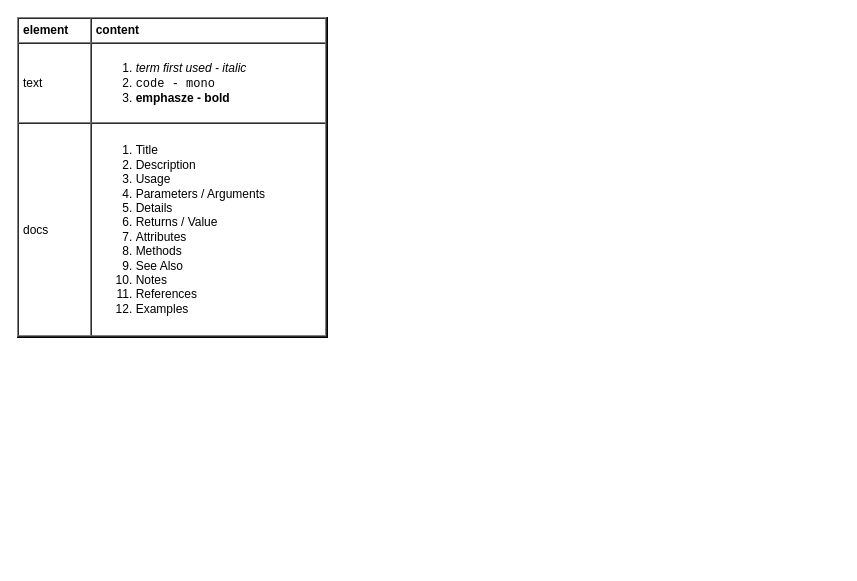
This is page "styling" (2 of 9) of ux/ux.drawio from yangdj/tf_docs, a draw.io file, before an edit. Source tidied: cells renumbered, new cells numbered last; positions are measured from the earlier drawing's top-left corner, leaving out a move shared by most shapes. Both pictures are drawn from the tidied source at 100%, with x=0, y=0 at pixel (17, 17).
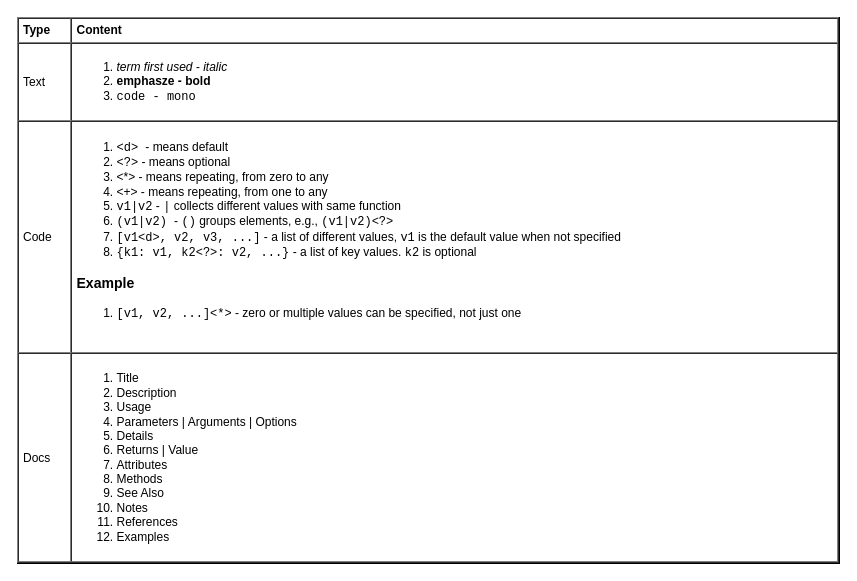
The same diagram, later.

Diff of the diagram source:
```diff
@@
 <mxGraphModel>
   <root>
     <mxCell id="0" />
     <mxCell id="1" parent="0" />
-    <mxCell id="2" value="&lt;table cellpadding=&quot;4&quot; cellspacing=&quot;0&quot; border=&quot;1&quot; style=&quot;font-size: 1em ; width: 100% ; height: 100%&quot;&gt;&lt;tbody&gt;&lt;tr&gt;&lt;th&gt;element&lt;/th&gt;&lt;th&gt;content&lt;/th&gt;&lt;/tr&gt;&lt;tr&gt;&lt;td&gt;text&lt;/td&gt;&lt;td&gt;&lt;ol&gt;&lt;li&gt;&lt;i&gt;term first used - italic&lt;/i&gt;&lt;/li&gt;&lt;li&gt;&lt;font face=&quot;Courier New&quot;&gt;code - mono&lt;/font&gt;&lt;/li&gt;&lt;li&gt;&lt;b&gt;emphasze - bold&lt;/b&gt;&lt;/li&gt;&lt;/ol&gt;&lt;/td&gt;&lt;/tr&gt;&lt;tr&gt;&lt;td&gt;docs&lt;/td&gt;&lt;td&gt;&lt;ol&gt;&lt;li&gt;Title&lt;/li&gt;&lt;li&gt;Description&lt;/li&gt;&lt;li&gt;Usage&lt;/li&gt;&lt;li&gt;Parameters / Arguments&lt;/li&gt;&lt;li&gt;Details&lt;/li&gt;&lt;li&gt;Returns / Value&lt;/li&gt;&lt;li&gt;Attributes&lt;/li&gt;&lt;li&gt;Methods&lt;/li&gt;&lt;li&gt;See Also&lt;/li&gt;&lt;li&gt;Notes&lt;/li&gt;&lt;li&gt;References&lt;/li&gt;&lt;li&gt;Examples&lt;/li&gt;&lt;/ol&gt;&lt;/td&gt;&lt;/tr&gt;&lt;/tbody&gt;&lt;/table&gt; " style="verticalAlign=top;align=left;overflow=fill;fontSize=12;fontFamily=Helvetica;html=1;fillColor=#ffffff;" parent="1" vertex="1">
-      <mxGeometry width="310" height="320" as="geometry" />
+    <mxCell id="2" value="&lt;table cellpadding=&quot;4&quot; cellspacing=&quot;0&quot; border=&quot;1&quot; style=&quot;font-size: 12px ; width: 100% ; height: 100%&quot;&gt;&lt;tbody style=&quot;font-size: 12px&quot;&gt;&lt;tr style=&quot;font-size: 12px&quot;&gt;&lt;th style=&quot;font-size: 12px&quot;&gt;Type&lt;/th&gt;&lt;th style=&quot;font-size: 12px&quot;&gt;Content&lt;/th&gt;&lt;/tr&gt;&lt;tr style=&quot;font-size: 12px&quot;&gt;&lt;td style=&quot;font-size: 12px&quot;&gt;Text&lt;/td&gt;&lt;td style=&quot;font-size: 12px&quot;&gt;&lt;ol style=&quot;font-size: 12px&quot;&gt;&lt;li style=&quot;font-size: 12px&quot;&gt;&lt;i style=&quot;font-size: 12px&quot;&gt;term first used - italic&lt;/i&gt;&lt;/li&gt;&lt;li style=&quot;font-size: 12px&quot;&gt;&lt;b style=&quot;font-size: 12px&quot;&gt;emphasze - bold&lt;/b&gt;&lt;/li&gt;&lt;li&gt;&lt;font face=&quot;Courier New&quot;&gt;code - mono&lt;/font&gt;&lt;/li&gt;&lt;/ol&gt;&lt;/td&gt;&lt;/tr&gt;&lt;tr style=&quot;font-size: 12px&quot;&gt;&lt;td style=&quot;font-size: 12px&quot;&gt;Code&lt;/td&gt;&lt;td style=&quot;font-size: 12px&quot;&gt;&lt;ol style=&quot;font-size: 12px&quot;&gt;&lt;li style=&quot;font-size: 12px&quot;&gt;&lt;font face=&quot;Courier New&quot;&gt;&amp;lt;d&amp;gt; &lt;/font&gt;&lt;span&gt;- means default&lt;/span&gt;&lt;br&gt;&lt;/li&gt;&lt;li&gt;&lt;font face=&quot;Courier New&quot;&gt;&amp;lt;?&amp;gt;&lt;/font&gt;&amp;nbsp;- means optional&lt;/li&gt;&lt;li style=&quot;font-size: 12px&quot;&gt;&lt;font style=&quot;font-size: 12px&quot;&gt;&amp;lt;*&amp;gt; - means repeating, from zero to any&lt;/font&gt;&lt;/li&gt;&lt;li style=&quot;font-size: 12px&quot;&gt;&lt;font style=&quot;font-size: 12px&quot;&gt;&amp;lt;+&amp;gt; - means repeating, from one to any&lt;/font&gt;&lt;/li&gt;&lt;li&gt;&lt;font face=&quot;Courier New&quot;&gt;v1|v2&lt;/font&gt;&lt;span&gt; - &lt;/span&gt;&lt;font face=&quot;Courier New&quot;&gt;|&lt;/font&gt;&lt;span&gt; collects different values with same function&lt;/span&gt;&lt;br&gt;&lt;/li&gt;&lt;li&gt;&lt;font face=&quot;Courier New&quot;&gt;(v1|v2)&amp;nbsp;&lt;/font&gt;-&amp;nbsp;&lt;font face=&quot;Courier New&quot;&gt;()&lt;/font&gt;&amp;nbsp;groups elements, e.g.,&amp;nbsp;&lt;font face=&quot;Courier New&quot;&gt;(v1|v2)&amp;lt;?&amp;gt;&lt;/font&gt;&lt;/li&gt;&lt;li style=&quot;font-size: 12px&quot;&gt;&lt;font face=&quot;Courier New&quot; style=&quot;font-size: 12px&quot;&gt;[v1&amp;lt;d&amp;gt;, v2, v3, ...]&lt;/font&gt; - a list of different values, &lt;font face=&quot;Courier New&quot; style=&quot;font-size: 12px&quot;&gt;v1&lt;/font&gt;&amp;nbsp;is the default value when not specified&lt;/li&gt;&lt;li style=&quot;font-size: 12px&quot;&gt;&lt;font face=&quot;Courier New&quot;&gt;{k1: v1, k2&amp;lt;?&amp;gt;: v2, ...}&lt;/font&gt; - a list of key values. &lt;font face=&quot;Courier New&quot;&gt;k2&lt;/font&gt;&amp;nbsp;is optional&lt;br&gt;&lt;/li&gt;&lt;/ol&gt;&lt;h3&gt;Example&lt;/h3&gt;&lt;div&gt;&lt;ol&gt;&lt;li&gt;&lt;font face=&quot;Courier New&quot;&gt;[v1, v2, ...]&amp;lt;*&amp;gt;&lt;/font&gt;&amp;nbsp;- zero or multiple values can be specified, not just one&lt;/li&gt;&lt;/ol&gt;&lt;/div&gt;&lt;div&gt;&lt;br&gt;&lt;/div&gt;&lt;/td&gt;&lt;/tr&gt;&lt;tr style=&quot;font-size: 12px&quot;&gt;&lt;td style=&quot;font-size: 12px&quot;&gt;Docs&lt;/td&gt;&lt;td style=&quot;font-size: 12px&quot;&gt;&lt;ol style=&quot;font-size: 12px&quot;&gt;&lt;li style=&quot;font-size: 12px&quot;&gt;Title&lt;/li&gt;&lt;li style=&quot;font-size: 12px&quot;&gt;Description&lt;/li&gt;&lt;li style=&quot;font-size: 12px&quot;&gt;Usage&lt;/li&gt;&lt;li style=&quot;font-size: 12px&quot;&gt;Parameters | Arguments | Options&lt;/li&gt;&lt;li style=&quot;font-size: 12px&quot;&gt;Details&lt;/li&gt;&lt;li style=&quot;font-size: 12px&quot;&gt;Returns | Value&lt;/li&gt;&lt;li style=&quot;font-size: 12px&quot;&gt;Attributes&lt;/li&gt;&lt;li style=&quot;font-size: 12px&quot;&gt;Methods&lt;/li&gt;&lt;li style=&quot;font-size: 12px&quot;&gt;See Also&lt;/li&gt;&lt;li style=&quot;font-size: 12px&quot;&gt;Notes&lt;/li&gt;&lt;li style=&quot;font-size: 12px&quot;&gt;References&lt;/li&gt;&lt;li style=&quot;font-size: 12px&quot;&gt;Examples&lt;/li&gt;&lt;/ol&gt;&lt;/td&gt;&lt;/tr&gt;&lt;/tbody&gt;&lt;/table&gt; " style="verticalAlign=top;align=left;overflow=fill;fontSize=12;fontFamily=Helvetica;html=1;fillColor=#ffffff;" parent="1" vertex="1">
+      <mxGeometry width="822" height="546" as="geometry" />
     </mxCell>
   </root>
 </mxGraphModel>
```
